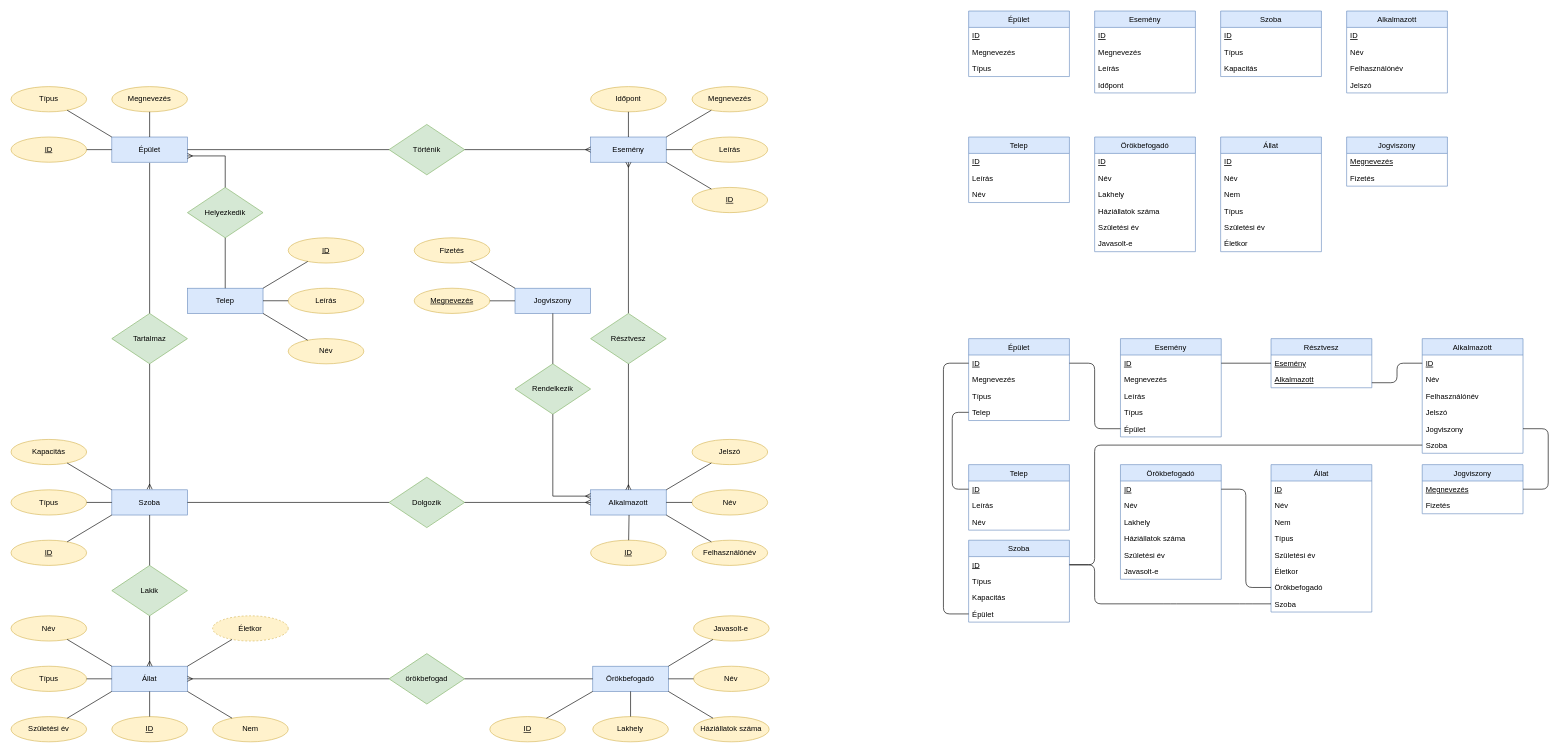
Earlier version of the draw.io diagram SQL_Tervezés.drawio (Gellifree/bluepaw). Source tidied: cells renumbered, new cells numbered last; positions are measured from the earlier drawing's top-left corner, leaving out a move shared by most shapes. Both pictures are drawn from the tidied source at 63%, with x=0, y=0 at pixel (11, 11).
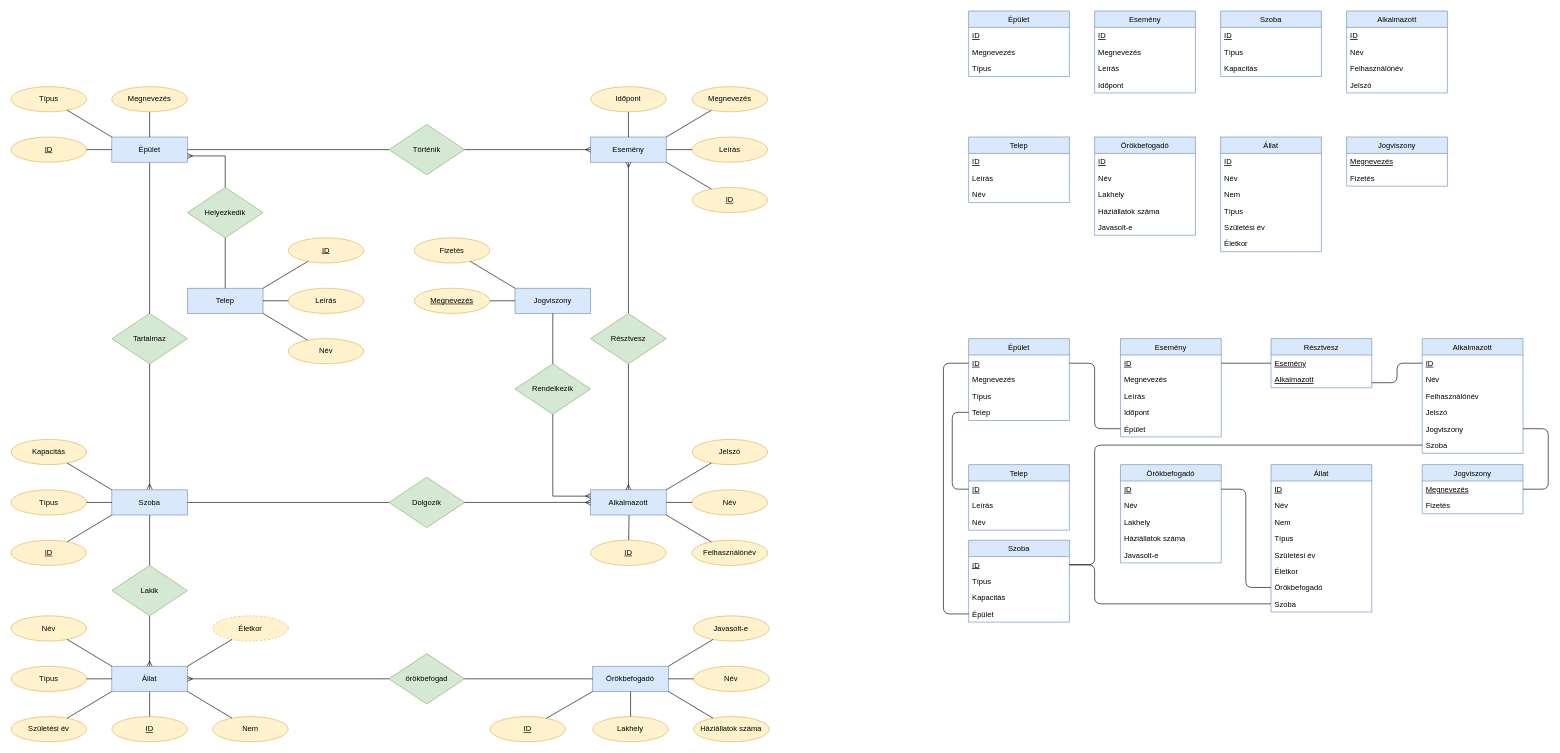
The same diagram, later.

The change refers to these unchanged cells:
```xml
<mxCell id="138" value="Esemény" style="swimlane;fontStyle=0;horizontal=1;startSize=26;fillColor=#dae8fc;strokeColor=#6c8ebf;" parent="1" vertex="1">
  <mxGeometry x="1761" y="520" width="160" height="156" as="geometry" />
</mxCell>
```

Change to the diagram source:
```diff
@@
     <mxCell id="97" value="Örökbefogadó" style="swimlane;fontStyle=0;horizontal=1;startSize=26;fillColor=#dae8fc;strokeColor=#6c8ebf;" parent="1" vertex="1">
-      <mxGeometry x="1720" y="200" width="160" height="182" as="geometry" />
+      <mxGeometry x="1720" y="200" width="160" height="156" as="geometry" />
     </mxCell>
@@
-    <mxCell id="102" value="Születési év" style="text;strokeColor=none;fillColor=none;align=left;verticalAlign=top;spacingLeft=4;spacingRight=4;overflow=hidden;" parent="97" vertex="1">
-      <mxGeometry y="130" width="160" height="26" as="geometry" />
-    </mxCell>
     <mxCell id="103" value="Javasolt-e" style="text;strokeColor=none;fillColor=none;align=left;verticalAlign=top;spacingLeft=4;spacingRight=4;overflow=hidden;" parent="97" vertex="1">
-      <mxGeometry y="156" width="160" height="26" as="geometry" />
+      <mxGeometry y="130" width="160" height="26" as="geometry" />
     </mxCell>
@@
-    <mxCell id="142" value="Típus" style="text;strokeColor=none;fillColor=none;align=left;verticalAlign=top;spacingLeft=4;spacingRight=4;overflow=hidden;" parent="138" vertex="1">
+    <mxCell id="142" value="Időpont" style="text;strokeColor=none;fillColor=none;align=left;verticalAlign=top;spacingLeft=4;spacingRight=4;overflow=hidden;" parent="138" vertex="1">
       <mxGeometry y="104" width="160" height="26" as="geometry" />
     </mxCell>
@@
     <mxCell id="165" value="Örökbefogadó" style="swimlane;fontStyle=0;horizontal=1;startSize=26;fillColor=#dae8fc;strokeColor=#6c8ebf;" parent="1" vertex="1">
-      <mxGeometry x="1761" y="720" width="160" height="182" as="geometry" />
+      <mxGeometry x="1761" y="720" width="160" height="156" as="geometry" />
     </mxCell>
@@
-    <mxCell id="170" value="Születési év" style="text;strokeColor=none;fillColor=none;align=left;verticalAlign=top;spacingLeft=4;spacingRight=4;overflow=hidden;" parent="165" vertex="1">
-      <mxGeometry y="130" width="160" height="26" as="geometry" />
-    </mxCell>
     <mxCell id="171" value="Javasolt-e" style="text;strokeColor=none;fillColor=none;align=left;verticalAlign=top;spacingLeft=4;spacingRight=4;overflow=hidden;" parent="165" vertex="1">
-      <mxGeometry y="156" width="160" height="26" as="geometry" />
+      <mxGeometry y="130" width="160" height="26" as="geometry" />
     </mxCell>
```
